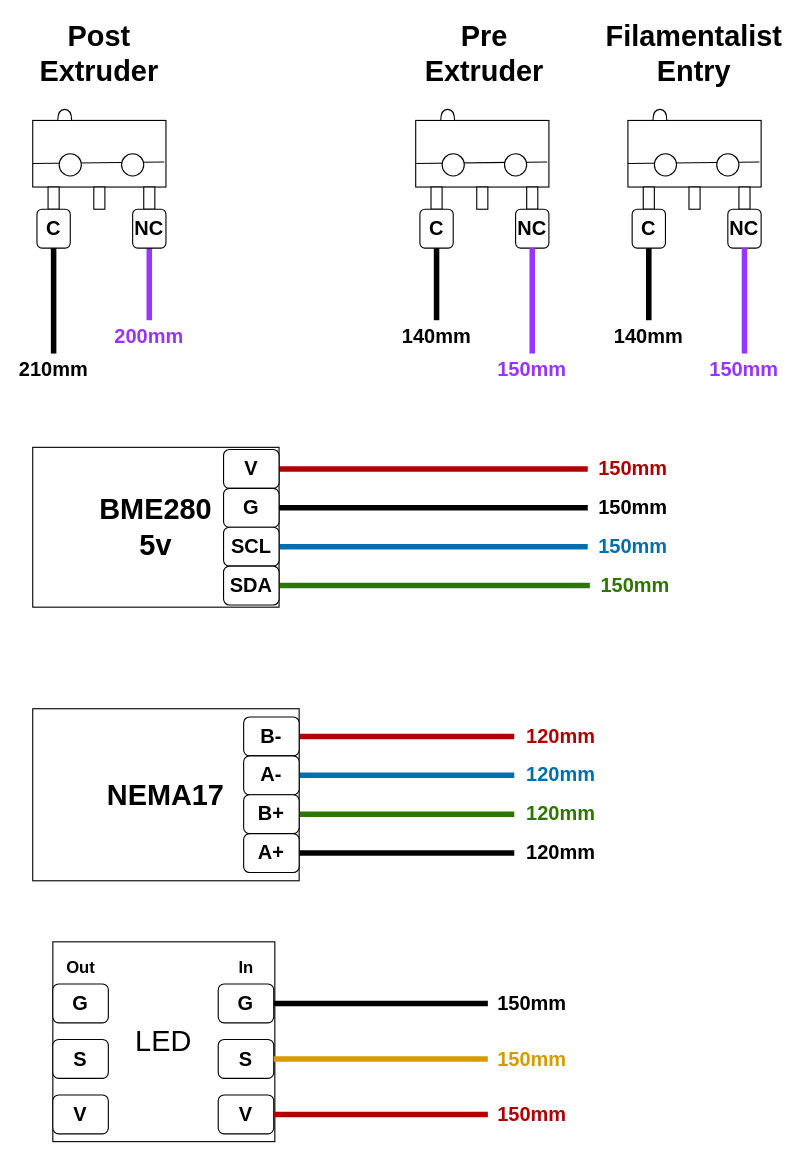
Above: docs/assets/wiring_diagrams/EMU PCB Hatch wiring dimensions.drawio in martijnvanduijneveldt/EMU (draw.io), before the change. Source tidied: cells renumbered, new cells numbered last; positions are measured from the earlier drawing's top-left corner, leaving out a move shared by most shapes. Both pictures are drawn from the tidied source at 111%, with x=0, y=0 at pixel (20, 20).
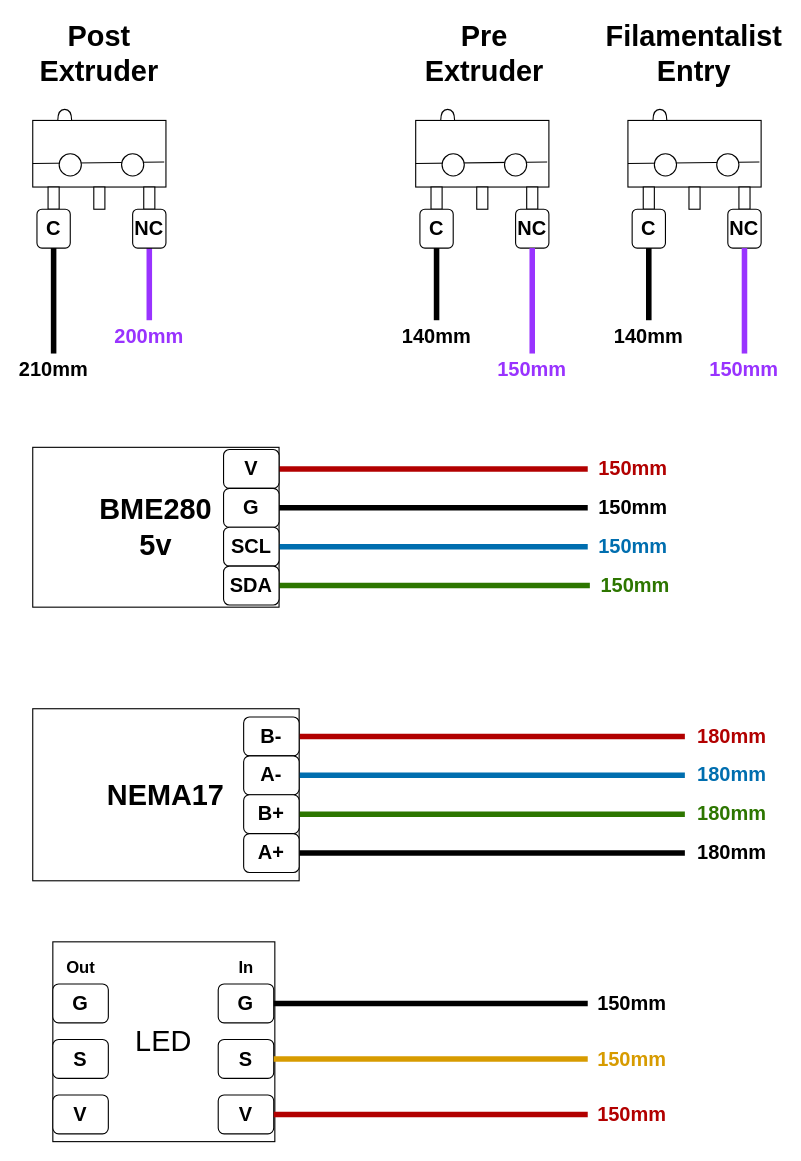
The same diagram, later.

Commit message (it also covers changes not shown here):
Fix wiring dimension for stepper

The edit, as a diff of the source:
```diff
@@
-    <mxCell id="61" value="120mm" style="text;html=1;whiteSpace=wrap;strokeColor=none;fillColor=none;align=center;verticalAlign=middle;rounded=0;fontColor=light-dark(#b20000, #ededed);fontSize=18;fontStyle=1;spacingLeft=0;" parent="1" vertex="1">
-      <mxGeometry x="444.8" y="630" width="83.8" height="30" as="geometry" />
+    <mxCell id="61" value="180mm" style="text;html=1;whiteSpace=wrap;strokeColor=none;fillColor=none;align=center;verticalAlign=middle;rounded=0;fontColor=light-dark(#b20000, #ededed);fontSize=18;fontStyle=1;spacingLeft=0;" parent="1" vertex="1">
+      <mxGeometry x="598.5" y="630" width="83.8" height="30" as="geometry" />
     </mxCell>
-    <mxCell id="62" value="120mm" style="text;html=1;whiteSpace=wrap;strokeColor=none;fillColor=none;align=center;verticalAlign=middle;rounded=0;fontColor=default;fontSize=18;fontStyle=1;spacingLeft=0;" parent="1" vertex="1">
-      <mxGeometry x="444.8" y="735" width="83.8" height="30" as="geometry" />
+    <mxCell id="62" value="180mm" style="text;html=1;whiteSpace=wrap;strokeColor=none;fillColor=none;align=center;verticalAlign=middle;rounded=0;fontColor=default;fontSize=18;fontStyle=1;spacingLeft=0;" parent="1" vertex="1">
+      <mxGeometry x="598.5" y="735" width="83.8" height="30" as="geometry" />
     </mxCell>
-    <mxCell id="63" value="120mm" style="text;html=1;whiteSpace=wrap;strokeColor=none;fillColor=none;align=center;verticalAlign=middle;rounded=0;fontColor=light-dark(#006eaf, #ededed);fontSize=18;fontStyle=1;spacingLeft=0;" parent="1" vertex="1">
-      <mxGeometry x="444.8" y="665" width="83.8" height="30" as="geometry" />
+    <mxCell id="63" value="180mm" style="text;html=1;whiteSpace=wrap;strokeColor=none;fillColor=none;align=center;verticalAlign=middle;rounded=0;fontColor=light-dark(#006eaf, #ededed);fontSize=18;fontStyle=1;spacingLeft=0;" parent="1" vertex="1">
+      <mxGeometry x="598.5" y="665" width="83.8" height="30" as="geometry" />
     </mxCell>
@@
-    <mxCell id="65" value="120mm" style="text;html=1;whiteSpace=wrap;strokeColor=none;fillColor=none;align=center;verticalAlign=middle;rounded=0;fontColor=light-dark(#2d7600, #ededed);fontSize=18;fontStyle=1;spacingLeft=0;" parent="1" vertex="1">
-      <mxGeometry x="444.8" y="700" width="83.8" height="30" as="geometry" />
+    <mxCell id="65" value="180mm" style="text;html=1;whiteSpace=wrap;strokeColor=none;fillColor=none;align=center;verticalAlign=middle;rounded=0;fontColor=light-dark(#2d7600, #ededed);fontSize=18;fontStyle=1;spacingLeft=0;" parent="1" vertex="1">
+      <mxGeometry x="598.5" y="700" width="83.8" height="30" as="geometry" />
     </mxCell>
     <mxCell id="66" value="150mm" style="text;html=1;whiteSpace=wrap;strokeColor=none;fillColor=none;align=center;verticalAlign=middle;rounded=0;fontColor=light-dark(#000000,#EDEDED);fontSize=18;fontStyle=1;spacingLeft=0;" parent="1" vertex="1">
-      <mxGeometry x="421" y="870.5" width="80" height="30" as="geometry" />
+      <mxGeometry x="511" y="870.5" width="80" height="30" as="geometry" />
     </mxCell>
     <mxCell id="67" value="150mm" style="text;html=1;whiteSpace=wrap;strokeColor=none;fillColor=none;align=center;verticalAlign=middle;rounded=0;fontColor=light-dark(#b20000, #ededed);fontSize=18;fontStyle=1;spacingLeft=0;" parent="1" vertex="1">
-      <mxGeometry x="421" y="970.5" width="80" height="30" as="geometry" />
+      <mxGeometry x="511" y="970.5" width="80" height="30" as="geometry" />
     </mxCell>
     <mxCell id="68" value="150mm" style="text;html=1;whiteSpace=wrap;strokeColor=none;fillColor=none;align=center;verticalAlign=middle;rounded=0;fontColor=light-dark(#d79b00, #ededed);fontSize=18;fontStyle=1;spacingLeft=0;" parent="1" vertex="1">
-      <mxGeometry x="421" y="920.5" width="80" height="30" as="geometry" />
+      <mxGeometry x="511" y="920.5" width="80" height="30" as="geometry" />
     </mxCell>
```
